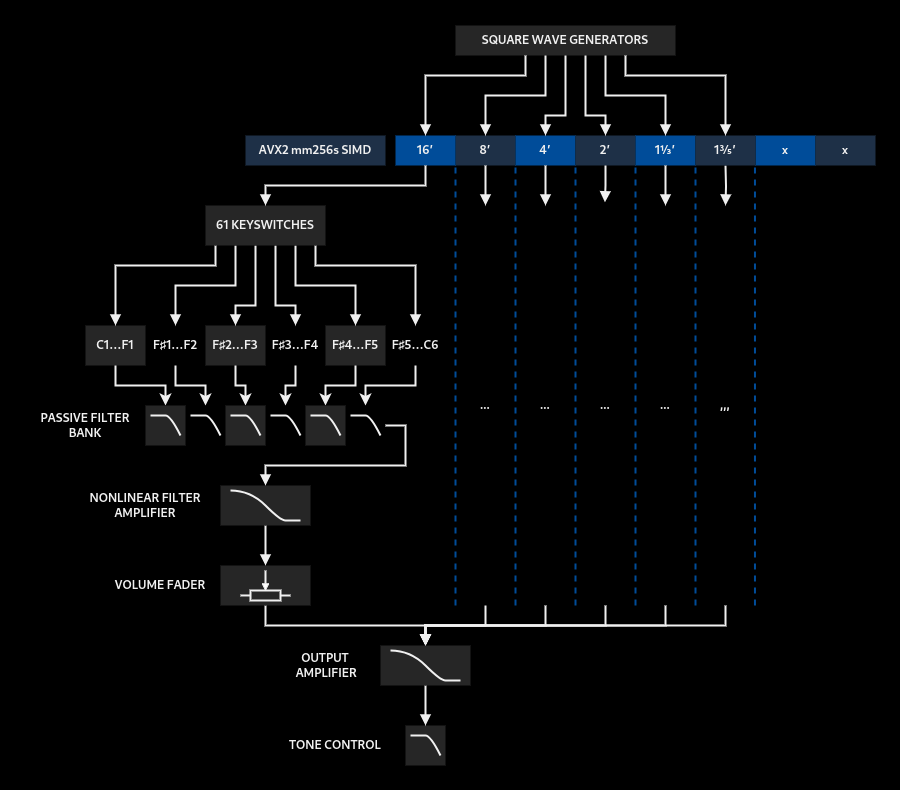
The draw.io diagram media/signalflow.drawio.png in ath-r/forma, before a commit. Source tidied: cells renumbered, new cells last; positions are measured from the earlier drawing's top-left corner, leaving out a move shared by most shapes.
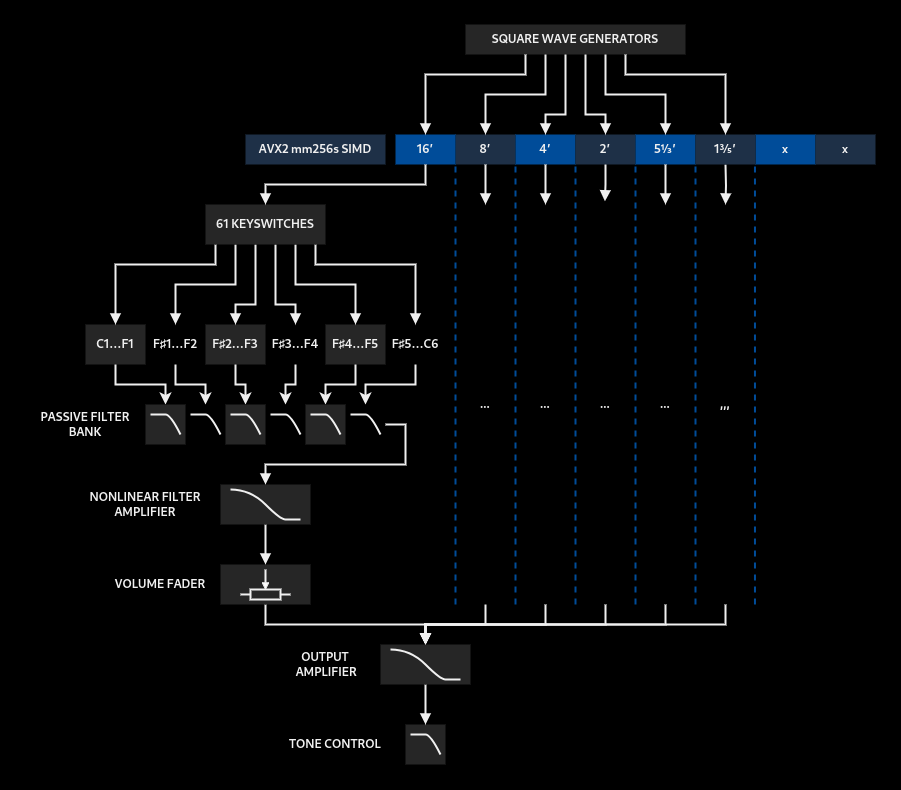
Later version of the same file.

Change to the diagram source:
```diff
@@ -11,7 +11,7 @@
     <mxCell id="4" value="2&lt;span style=&quot;white-space: pre;&quot;&gt;′&lt;/span&gt;" style="rounded=0;whiteSpace=wrap;html=1;fontFamily=Cantarell;strokeWidth=4;fontStyle=1;fillColor=#1E3047;strokeColor=none;" parent="1" vertex="1">
       <mxGeometry x="550" y="110" width="60" height="30" as="geometry" />
     </mxCell>
-    <mxCell id="5" value="1⅓&lt;span style=&quot;white-space: pre;&quot;&gt;′&lt;/span&gt;" style="rounded=0;whiteSpace=wrap;html=1;fontFamily=Cantarell;strokeWidth=4;fontStyle=1;fillColor=#004C99;strokeColor=none;" parent="1" vertex="1">
+    <mxCell id="5" value="5⅓&lt;span style=&quot;white-space: pre;&quot;&gt;′&lt;/span&gt;" style="rounded=0;whiteSpace=wrap;html=1;fontFamily=Cantarell;strokeWidth=4;fontStyle=1;fillColor=#004C99;strokeColor=none;" parent="1" vertex="1">
       <mxGeometry x="610" y="110" width="60" height="30" as="geometry" />
     </mxCell>
     <mxCell id="6" value="&lt;span style=&quot;text-wrap: nowrap;&quot;&gt;16&lt;/span&gt;&lt;span style=&quot;white-space: pre;&quot;&gt;′&lt;/span&gt;&lt;span style=&quot;text-wrap: nowrap; font-size: 0px; text-align: start;&quot;&gt;%3CmxGraphModel%3E%3Croot%3E%3CmxCell%20id%3D%220%22%2F%3E%3CmxCell%20id%3D%221%22%20parent%3D%220%22%2F%3E%3CmxCell%20id%3D%222%22%20value%3D%22%22%20style%3D%22rounded%3D0%3BwhiteSpace%3Dwrap%3Bhtml%3D1%3B%22%20vertex%3D%221%22%20parent%3D%221%22%3E%3CmxGeometry%20x%3D%22540%22%20y%3D%22120%22%20width%3D%2240%22%20height%3D%22320%22%20as%3D%22geometry%22%2F%3E%3C%2FmxCell%3E%3C%2Froot%3E%3C%2FmxGraphModel%3E&lt;/span&gt;" style="rounded=0;whiteSpace=wrap;html=1;fontFamily=Cantarell;strokeWidth=4;fontStyle=1;fillColor=#004C99;strokeColor=none;labelBackgroundColor=none;" parent="1" vertex="1">
@@ -199,7 +199,7 @@
       <mxGeometry x="680" y="180" width="40" height="400" as="geometry" />
     </mxCell>
     <mxCell id="47" value="SQUARE WAVE GENERATORS" style="rounded=0;whiteSpace=wrap;html=1;fontFamily=Cantarell;strokeWidth=2;fontStyle=1;fillColor=#262626;strokeColor=none;" parent="1" vertex="1">
-      <mxGeometry x="430" width="220" height="30" as="geometry" />
+      <mxGeometry x="440" width="220" height="30" as="geometry" />
     </mxCell>
     <mxCell id="48" value="VOLUME FADER" style="rounded=0;whiteSpace=wrap;html=1;fontFamily=Cantarell;strokeWidth=2;fontStyle=1;fillColor=none;strokeColor=none;" parent="1" vertex="1">
       <mxGeometry x="75" y="540" width="120" height="40" as="geometry" />
```
